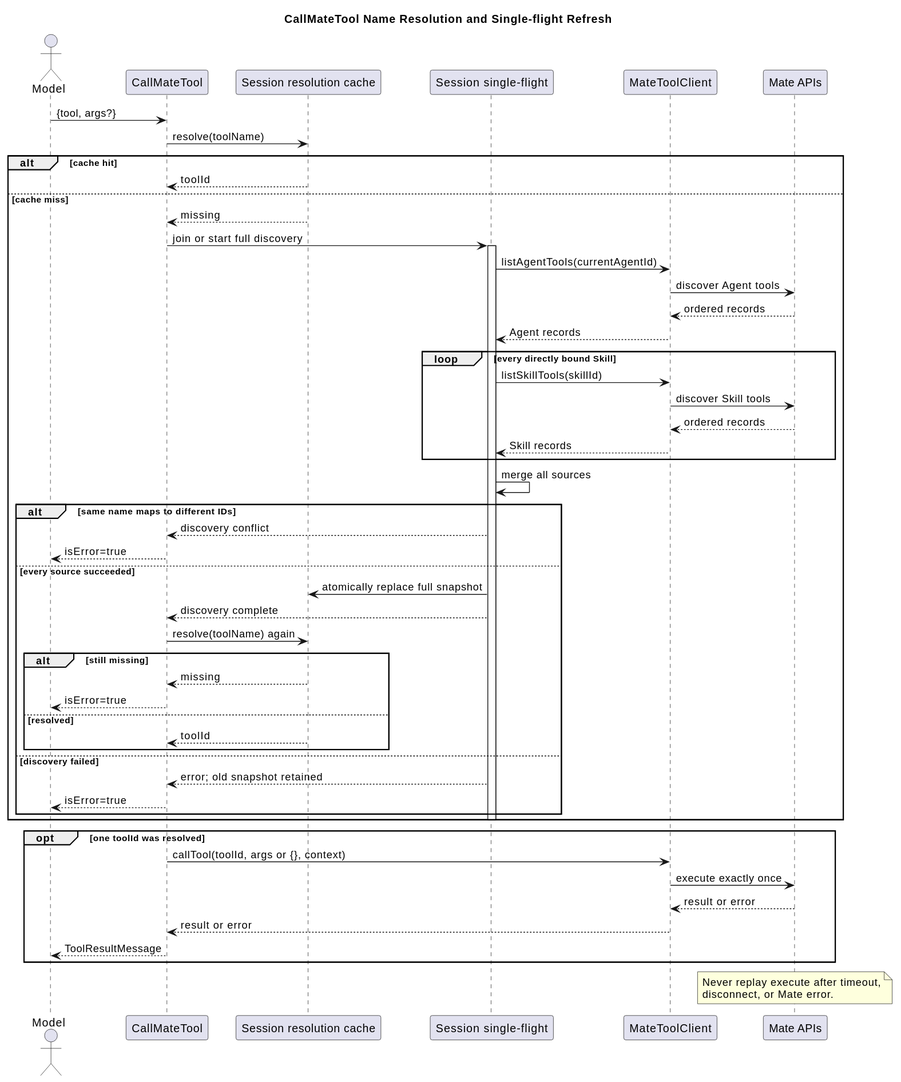
The PlantUML diagram 01-总体架构/02-CampusClaw工具系统/call_mate_tool_sequence.svg in ssm0808/pi-mono-java-design, before a commit. Its diagram source:
```plantuml
@startuml
title CallMateTool Name Resolution and Single-flight Refresh
skinparam shadowing false


actor Model
participant "CallMateTool" as Call
participant "Session resolution cache" as Cache
participant "Session single-flight" as Flight
participant "MateToolClient" as Client
participant "Mate APIs" as Mate

Model -> Call : {tool, args?}
Call -> Cache : resolve(toolName)
alt cache hit
  Cache --> Call : toolId
else cache miss
  Cache --> Call : missing
  Call -> Flight : join or start full discovery
  activate Flight
  Flight -> Client : listAgentTools(currentAgentId)
  Client -> Mate : discover Agent tools
  Mate --> Client : ordered records
  Client --> Flight : Agent records
  loop every directly bound Skill
    Flight -> Client : listSkillTools(skillId)
    Client -> Mate : discover Skill tools
    Mate --> Client : ordered records
    Client --> Flight : Skill records
  end
  Flight -> Flight : merge all sources
  alt same name maps to different IDs
    Flight --> Call : discovery conflict
    Call --> Model : isError=true
  else every source succeeded
    Flight -> Cache : atomically replace full snapshot
    Flight --> Call : discovery complete
    Call -> Cache : resolve(toolName) again
    alt still missing
      Cache --> Call : missing
      Call --> Model : isError=true
    else resolved
      Cache --> Call : toolId
    end
  else discovery failed
    Flight --> Call : error; old snapshot retained
    Call --> Model : isError=true
  end
  deactivate Flight
end

opt one toolId was resolved
  Call -> Client : callTool(toolId, args or {}, context)
  Client -> Mate : execute exactly once
  Mate --> Client : result or error
  Client --> Call : result or error
  Call --> Model : ToolResultMessage
end

note over Mate
Never replay execute after timeout,
disconnect, or Mate error.
end note
@enduml
```
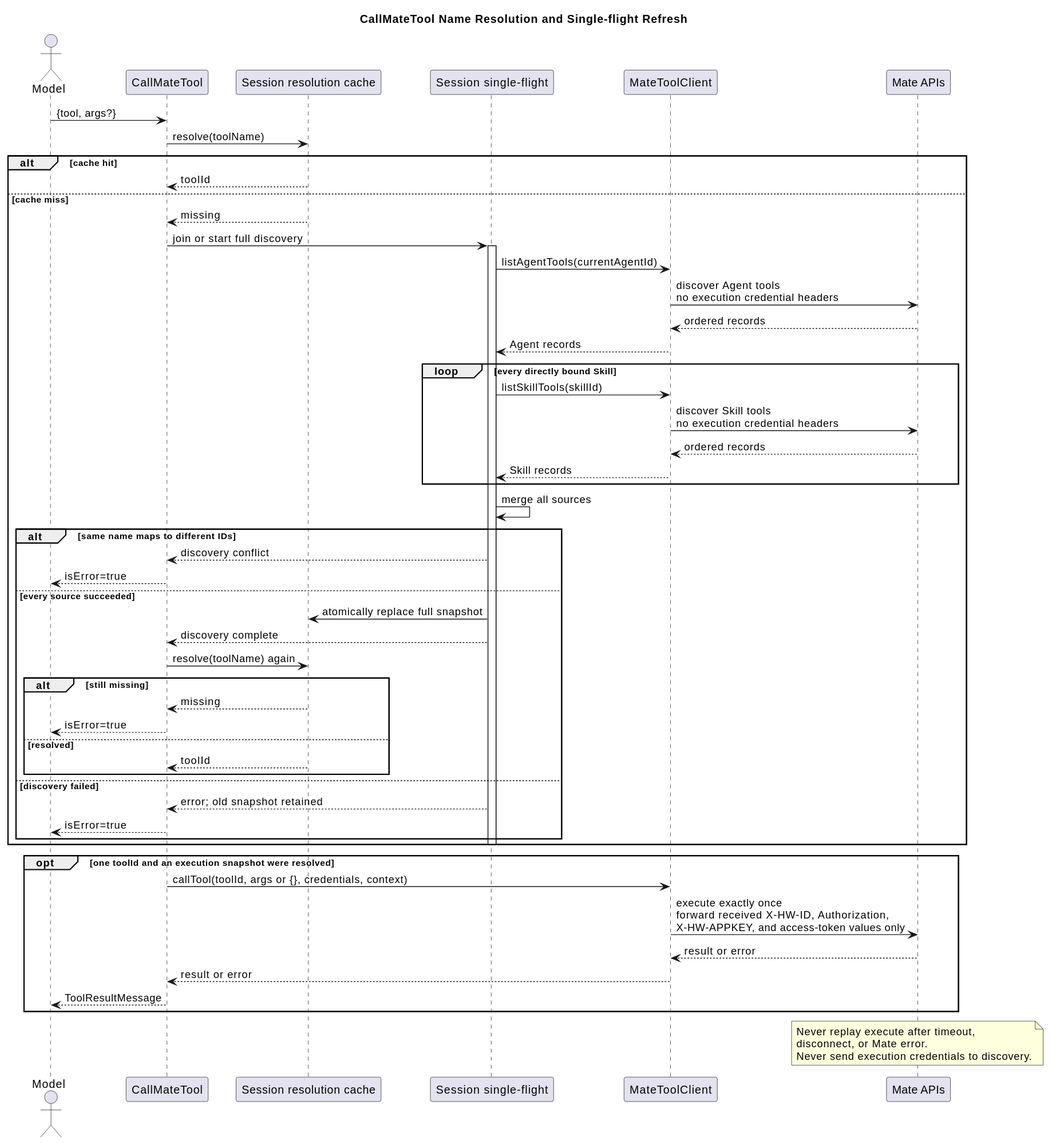
After the change.

Change to the diagram source:
```diff
@@ -19,12 +19,12 @@
   Call -> Flight : join or start full discovery
   activate Flight
   Flight -> Client : listAgentTools(currentAgentId)
-  Client -> Mate : discover Agent tools
+  Client -> Mate : discover Agent tools\nno execution credential headers
   Mate --> Client : ordered records
   Client --> Flight : Agent records
   loop every directly bound Skill
     Flight -> Client : listSkillTools(skillId)
-    Client -> Mate : discover Skill tools
+    Client -> Mate : discover Skill tools\nno execution credential headers
     Mate --> Client : ordered records
     Client --> Flight : Skill records
   end
@@ -49,9 +49,9 @@
   deactivate Flight
 end
 
-opt one toolId was resolved
-  Call -> Client : callTool(toolId, args or {}, context)
-  Client -> Mate : execute exactly once
+opt one toolId and an execution snapshot were resolved
+  Call -> Client : callTool(toolId, args or {}, credentials, context)
+  Client -> Mate : execute exactly once\nforward received X-HW-ID, Authorization,\nX-HW-APPKEY, and access-token values only
   Mate --> Client : result or error
   Client --> Call : result or error
   Call --> Model : ToolResultMessage
@@ -60,5 +60,6 @@
 note over Mate
 Never replay execute after timeout,
 disconnect, or Mate error.
+Never send execution credentials to discovery.
 end note
 @enduml
```
